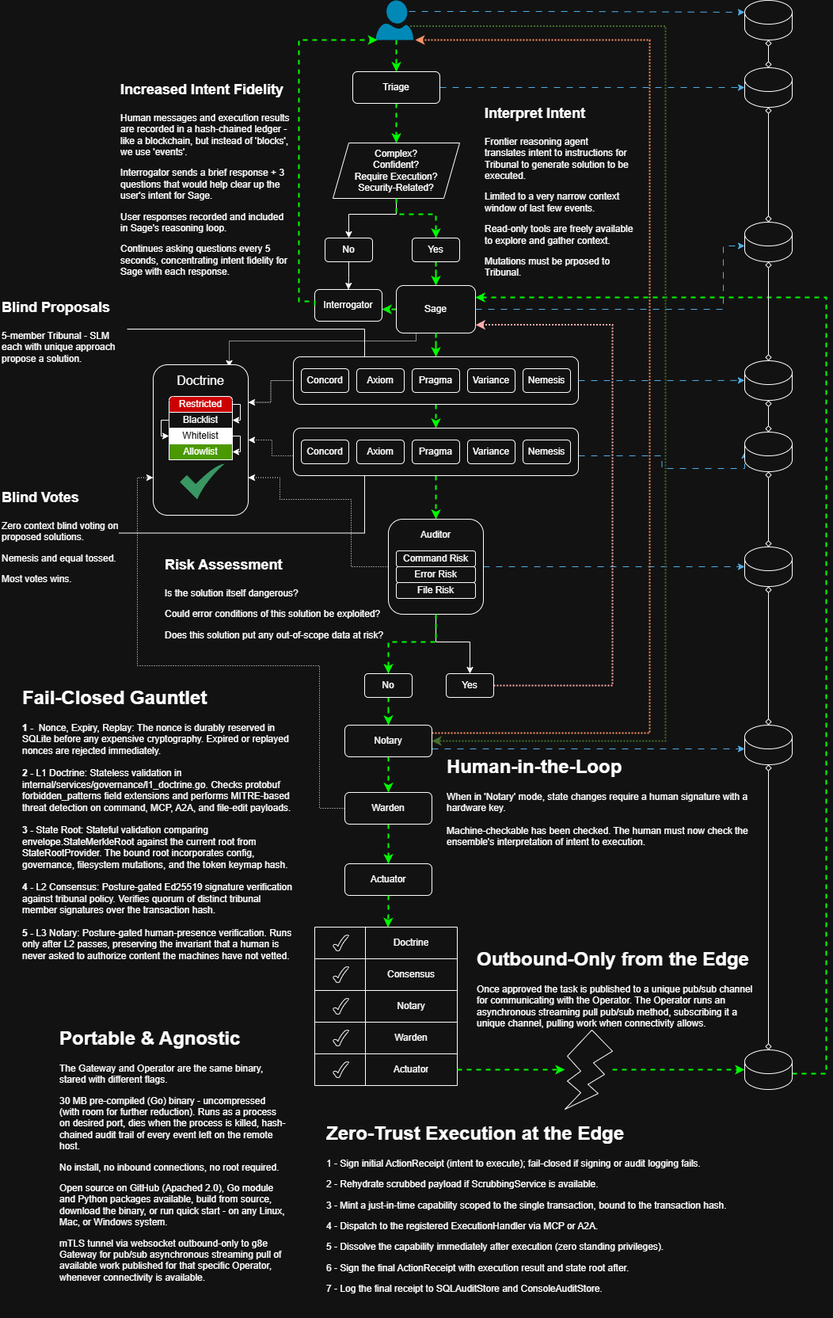
This is docs/diagrams/ztd-diagram.png from zerotrustdata/ztd, a draw.io export, as it was before one commit. Source tidied: cells renumbered, new cells last; positions are measured from the earlier drawing's top-left corner, leaving out a move shared by most shapes.
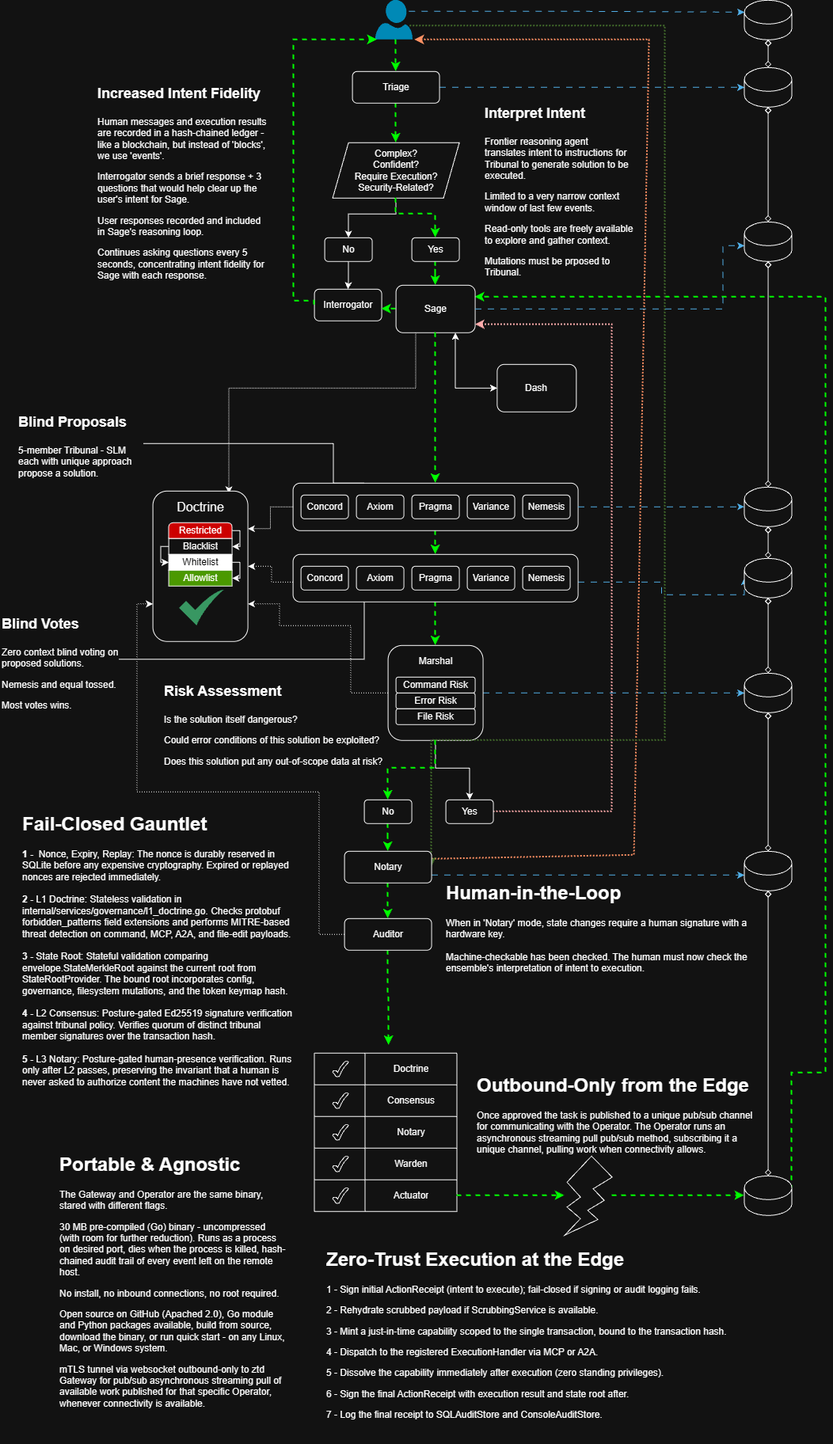
After the commit.

The edit, as a diff of the source:
```diff
@@ -15,4 +15,4 @@
         <Array as="points">
-          <mxPoint x="1043" y="1355" />
-          <mxPoint x="1043" y="375" />
+          <mxPoint x="1043" y="1195" />
+          <mxPoint x="1043" y="215" />
         </Array>
@@ -24,3 +24,3 @@
     <mxCell id="5" value="Interrogator" style="rounded=1;whiteSpace=wrap;html=1;" parent="1" vertex="1">
-      <mxGeometry x="397" y="365" width="85" height="40" as="geometry" />
+      <mxGeometry x="397" y="205" width="85" height="40" as="geometry" />
     </mxCell>
@@ -33,3 +33,3 @@
     <mxCell id="8" value="Triage" style="rounded=1;whiteSpace=wrap;html=1;" parent="1" vertex="1">
-      <mxGeometry x="445" y="90" width="110" height="40" as="geometry" />
+      <mxGeometry x="445" y="-70" width="110" height="40" as="geometry" />
     </mxCell>
@@ -41,4 +41,5 @@
         <Array as="points">
-          <mxPoint x="525" y="430" />
-          <mxPoint x="289" y="430" />
+          <mxPoint x="525" y="330" />
+          <mxPoint x="289" y="330" />
+          <mxPoint x="289" y="462.8" />
         </Array>
@@ -49,4 +50,4 @@
         <Array as="points">
-          <mxPoint x="480" y="380" />
-          <mxPoint x="480" y="380" />
+          <mxPoint x="480" y="220" />
+          <mxPoint x="480" y="220" />
         </Array>
@@ -54,4 +55,7 @@
     </mxCell>
+    <mxCell id="127" style="edgeStyle=orthogonalEdgeStyle;rounded=0;jettySize=auto;html=1;exitX=0.75;exitY=1;exitDx=0;exitDy=0;entryX=0;entryY=0.5;entryDx=0;entryDy=0;startArrow=classic;startFill=1;" parent="1" edge="1" source="12" target="128">
+      <mxGeometry relative="1" as="geometry" />
+    </mxCell>
     <mxCell id="12" value="Sage" style="rounded=1;whiteSpace=wrap;html=1;" parent="1" vertex="1">
-      <mxGeometry x="500" y="360" width="100" height="60" as="geometry" />
+      <mxGeometry x="500" y="200" width="100" height="60" as="geometry" />
     </mxCell>
@@ -64,3 +68,8 @@
     <mxCell id="15" style="edgeStyle=orthogonalEdgeStyle;rounded=0;jettySize=auto;html=1;exitX=0.25;exitY=0;exitDx=0;exitDy=0;entryX=1;entryY=0.5;entryDx=0;entryDy=0;endArrow=none;endFill=0;" parent="1" edge="1" source="17" target="39">
-      <mxGeometry relative="1" as="geometry" />
+      <mxGeometry relative="1" as="geometry">
+        <Array as="points">
+          <mxPoint x="421" y="450" />
+          <mxPoint x="421" y="400" />
+        </Array>
+      </mxGeometry>
     </mxCell>
@@ -125,3 +134,3 @@
     </mxCell>
-    <mxCell id="32" value="Auditor" style="text;html=1;whiteSpace=wrap;strokeColor=none;fillColor=none;align=center;verticalAlign=middle;rounded=0;" parent="1" vertex="1">
+    <mxCell id="32" value="Marshal" style="text;html=1;whiteSpace=wrap;strokeColor=none;fillColor=none;align=center;verticalAlign=middle;rounded=0;" parent="1" vertex="1">
       <mxGeometry x="515" y="665" width="70" height="20" as="geometry" />
@@ -131,4 +140,4 @@
         <Array as="points">
-          <mxPoint x="500" y="270" />
-          <mxPoint x="440" y="270" />
+          <mxPoint x="500" y="110" />
+          <mxPoint x="440" y="110" />
         </Array>
@@ -137,9 +146,9 @@
     <mxCell id="34" value="Complex?&lt;br&gt;Confident?&lt;br&gt;Require Execution?&lt;br&gt;&lt;div&gt;Security-Related?&lt;/div&gt;" style="shape=parallelogram;perimeter=parallelogramPerimeter;whiteSpace=wrap;html=1;fixedSize=1;" parent="1" vertex="1">
-      <mxGeometry x="420" y="180" width="160" height="70" as="geometry" />
+      <mxGeometry x="420" y="20" width="160" height="70" as="geometry" />
     </mxCell>
     <mxCell id="35" value="No" style="rounded=1;whiteSpace=wrap;html=1;" parent="1" vertex="1">
-      <mxGeometry x="410" y="300" width="60" height="30" as="geometry" />
+      <mxGeometry x="410" y="140" width="60" height="30" as="geometry" />
     </mxCell>
     <mxCell id="36" value="Yes" style="rounded=1;whiteSpace=wrap;html=1;" parent="1" vertex="1">
-      <mxGeometry x="520" y="300" width="60" height="30" as="geometry" />
+      <mxGeometry x="520" y="140" width="60" height="30" as="geometry" />
     </mxCell>
@@ -148,4 +157,4 @@
         <Array as="points">
-          <mxPoint x="500" y="270" />
-          <mxPoint x="550" y="270" />
+          <mxPoint x="500" y="110" />
+          <mxPoint x="550" y="110" />
         </Array>
@@ -154,6 +163,6 @@
     <mxCell id="38" value="&lt;h1 style=&quot;margin-top: 0px;&quot;&gt;&lt;span style=&quot;font-size: 18px; background-color: transparent; color: light-dark(rgb(0, 0, 0), rgb(255, 255, 255));&quot;&gt;Interpret&amp;nbsp;&lt;/span&gt;&lt;span style=&quot;font-size: 18px; background-color: transparent; color: light-dark(rgb(0, 0, 0), rgb(255, 255, 255));&quot;&gt;Intent&amp;nbsp;&lt;/span&gt;&lt;/h1&gt;&lt;p&gt;&lt;font&gt;Frontier reasoning agent translates&amp;nbsp;&lt;/font&gt;&lt;span style=&quot;background-color: transparent; color: light-dark(rgb(0, 0, 0), rgb(255, 255, 255));&quot;&gt;intent to instructions for Tribunal to generate solution to be executed.&lt;/span&gt;&lt;/p&gt;&lt;p&gt;&lt;span style=&quot;background-color: transparent; color: light-dark(rgb(0, 0, 0), rgb(255, 255, 255));&quot;&gt;Limited to a very narrow context window of last few events.&lt;/span&gt;&lt;/p&gt;&lt;p&gt;Read-only tools are freely available to explore and gather context.&lt;/p&gt;&lt;p&gt;&lt;span style=&quot;background-color: transparent; color: light-dark(rgb(0, 0, 0), rgb(255, 255, 255));&quot;&gt;Mutations must be prposed to Tribunal.&lt;/span&gt;&lt;/p&gt;" style="text;html=1;whiteSpace=wrap;overflow=hidden;rounded=0;" parent="1" vertex="1">
-      <mxGeometry x="610" y="120" width="193" height="240" as="geometry" />
+      <mxGeometry x="610" y="-40" width="193" height="240" as="geometry" />
     </mxCell>
     <mxCell id="39" value="&lt;h1 style=&quot;margin-top: 0px;&quot;&gt;&lt;font style=&quot;font-size: 18px;&quot;&gt;Blind Proposals&lt;/font&gt;&lt;/h1&gt;&lt;p&gt;&lt;span style=&quot;background-color: transparent; color: light-dark(rgb(0, 0, 0), rgb(255, 255, 255));&quot;&gt;5-member Tribunal - SLM each with unique approach propose a solution.&amp;nbsp;&lt;/span&gt;&lt;/p&gt;&lt;p&gt;&lt;span style=&quot;background-color: transparent; color: light-dark(rgb(0, 0, 0), rgb(255, 255, 255));&quot;&gt;&lt;br&gt;&lt;/span&gt;&lt;/p&gt;&lt;p&gt;&lt;br&gt;&lt;/p&gt;&lt;p&gt;&lt;br&gt;&lt;/p&gt;" style="text;html=1;whiteSpace=wrap;overflow=hidden;rounded=0;" parent="1" vertex="1">
-      <mxGeometry y="365" width="160" height="100" as="geometry" />
+      <mxGeometry x="21" y="350" width="160" height="100" as="geometry" />
     </mxCell>
@@ -180,3 +189,3 @@
           <mxPoint x="773" y="865" />
-          <mxPoint x="773" y="410" />
+          <mxPoint x="773" y="249.7" />
         </Array>
@@ -191,3 +200,3 @@
     <mxCell id="47" value="&lt;h1 style=&quot;margin-top: 0px;&quot;&gt;&lt;span style=&quot;font-size: 18px;&quot;&gt;Increased Intent Fidelity&lt;/span&gt;&lt;/h1&gt;&lt;p&gt;Human messages and execution results are recorded in a hash-chained ledger - like a blockchain, but instead of 'blocks', we use 'events'.&lt;/p&gt;&lt;p&gt;Interrogator sends a brief response + 3 questions that would help clear up the user's intent for Sage.&lt;/p&gt;&lt;p&gt;User responses recorded and included in Sage's reasoning loop.&lt;/p&gt;&lt;p&gt;Continues asking questions every 5 seconds, concentrating intent fidelity for Sage with each response.&lt;/p&gt;&lt;p&gt;&lt;br&gt;&lt;/p&gt;" style="text;html=1;whiteSpace=wrap;overflow=hidden;rounded=0;" parent="1" vertex="1">
-      <mxGeometry x="150" y="90" width="220" height="270" as="geometry" />
+      <mxGeometry x="121" y="-65" width="220" height="270" as="geometry" />
     </mxCell>
@@ -195,3 +204,3 @@
       <mxGeometry relative="1" as="geometry">
-        <mxPoint x="500" y="50" as="sourcePoint" />
+        <mxPoint x="500" y="-110" as="sourcePoint" />
       </mxGeometry>
@@ -200,6 +209,6 @@
       <mxGeometry relative="1" as="geometry">
-        <mxPoint x="523.8" y="50" as="sourcePoint" />
+        <mxPoint x="523.8" y="-110" as="sourcePoint" />
         <Array as="points">
-          <mxPoint x="820" y="50" />
-          <mxPoint x="820" y="925" />
+          <mxPoint x="820" y="-110" />
+          <mxPoint x="801" y="920" />
         </Array>
@@ -209,6 +218,6 @@
       <mxGeometry relative="1" as="geometry">
-        <mxPoint x="517.6" y="32.5" as="sourcePoint" />
+        <mxPoint x="517.6" y="-127.5" as="sourcePoint" />
         <Array as="points">
-          <mxPoint x="840" y="33" />
-          <mxPoint x="840" y="935" />
+          <mxPoint x="840" y="-127" />
+          <mxPoint x="840" y="775" />
         </Array>
@@ -217,3 +226,3 @@
     <mxCell id="51" style="verticalLabelPosition=bottom;html=1;verticalAlign=top;align=center;strokeColor=none;fillColor=#00BEF2;shape=mxgraph.azure.user;" parent="1" vertex="1">
-      <mxGeometry x="474" width="47.5" height="50" as="geometry" />
+      <mxGeometry x="474" y="-160" width="47.5" height="50" as="geometry" />
     </mxCell>
@@ -221,6 +230,7 @@
       <mxGeometry relative="1" as="geometry">
-        <mxPoint x="476.2" y="50" as="targetPoint" />
+        <mxPoint x="476.2" y="-110" as="targetPoint" />
         <Array as="points">
-          <mxPoint x="377" y="380" />
-          <mxPoint x="377" y="50" />
+          <mxPoint x="397" y="220" />
+          <mxPoint x="371" y="220" />
+          <mxPoint x="371" y="-110" />
         </Array>
@@ -314,4 +324,4 @@
         <Array as="points">
-          <mxPoint x="913" y="390" />
-          <mxPoint x="913" y="310" />
+          <mxPoint x="913" y="230" />
+          <mxPoint x="913" y="150" />
         </Array>
@@ -325,6 +335,6 @@
     <mxCell id="82" style="shape=cylinder3;whiteSpace=wrap;html=1;boundedLbl=1;backgroundOutline=1;size=15;" parent="1" vertex="1">
-      <mxGeometry x="940" y="85" width="60" height="50" as="geometry" />
+      <mxGeometry x="940" y="-75" width="60" height="50" as="geometry" />
     </mxCell>
     <mxCell id="83" style="shape=cylinder3;whiteSpace=wrap;html=1;boundedLbl=1;backgroundOutline=1;size=15;" parent="1" vertex="1">
-      <mxGeometry x="940" y="280" width="60" height="50" as="geometry" />
+      <mxGeometry x="940" y="120" width="60" height="50" as="geometry" />
     </mxCell>
@@ -358,3 +368,3 @@
     <mxCell id="93" style="shape=cylinder3;whiteSpace=wrap;html=1;boundedLbl=1;backgroundOutline=1;size=15;" parent="1" vertex="1">
-      <mxGeometry x="940" width="60" height="50" as="geometry" />
+      <mxGeometry x="940" y="-160" width="60" height="50" as="geometry" />
     </mxCell>
@@ -362,4 +372,4 @@
       <mxGeometry relative="1" as="geometry">
-        <mxPoint x="516.2" y="14" as="sourcePoint" />
-        <mxPoint x="940" y="15" as="targetPoint" />
+        <mxPoint x="516.2" y="-146" as="sourcePoint" />
+        <mxPoint x="940" y="-145" as="targetPoint" />
       </mxGeometry>
@@ -368,13 +378,9 @@
       <mxGeometry relative="1" as="geometry">
-        <mxPoint x="970" y="50" as="sourcePoint" />
+        <mxPoint x="970" y="-110" as="sourcePoint" />
       </mxGeometry>
     </mxCell>
-    <mxCell id="96" value="&lt;div&gt;&lt;span style=&quot;background-color: transparent; color: light-dark(rgb(0, 0, 0), rgb(255, 255, 255));&quot;&gt;Actuator&lt;/span&gt;&lt;/div&gt;" style="whiteSpace=wrap;html=1;rounded=1;" parent="1" vertex="1">
-      <mxGeometry x="435" y="1090" width="110" height="40" as="geometry" />
-    </mxCell>
-    <mxCell id="97" style="edgeStyle=orthogonalEdgeStyle;rounded=0;jettySize=auto;html=1;exitX=0.5;exitY=1;exitDx=0;exitDy=0;entryX=0.514;entryY=0.011;entryDx=0;entryDy=0;entryPerimeter=0;dashed=1;strokeWidth=2;strokeColor=light-dark(#000000,#00FF00);" parent="1" edge="1" source="96" target="59">
-      <mxGeometry relative="1" as="geometry" />
-    </mxCell>
-    <mxCell id="98" style="edgeStyle=orthogonalEdgeStyle;rounded=0;jettySize=auto;html=1;dashed=1;strokeWidth=2;strokeColor=light-dark(#000000,#00FF00);" parent="1" edge="1" source="100" target="96">
-      <mxGeometry relative="1" as="geometry" />
+    <mxCell id="98" style="edgeStyle=orthogonalEdgeStyle;rounded=0;jettySize=auto;html=1;dashed=1;strokeWidth=2;strokeColor=light-dark(#000000,#00FF00);" parent="1" edge="1" source="100">
+      <mxGeometry relative="1" as="geometry">
+        <mxPoint x="491" y="1160" as="targetPoint" />
+      </mxGeometry>
     </mxCell>
@@ -390,3 +396,3 @@
     </mxCell>
-    <mxCell id="100" value="&lt;div&gt;&lt;span style=&quot;background-color: transparent; color: light-dark(rgb(0, 0, 0), rgb(255, 255, 255));&quot;&gt;Warden&lt;/span&gt;&lt;/div&gt;" style="whiteSpace=wrap;html=1;rounded=1;" parent="1" vertex="1">
+    <mxCell id="100" value="&lt;div&gt;&lt;span style=&quot;background-color: transparent; color: light-dark(rgb(0, 0, 0), rgb(255, 255, 255));&quot;&gt;Auditor&lt;/span&gt;&lt;/div&gt;" style="whiteSpace=wrap;html=1;rounded=1;" parent="1" vertex="1">
       <mxGeometry x="435" y="1000" width="110" height="40" as="geometry" />
@@ -412,3 +418,3 @@
     </mxCell>
-    <mxCell id="106" value="&lt;h1 style=&quot;margin-top: 0px;&quot;&gt;Portable &amp;amp; Agnostic&lt;/h1&gt;&lt;p&gt;The Gateway and Operator are the same binary, stared with different flags.&lt;/p&gt;&lt;p&gt;&lt;span style=&quot;background-color: transparent; color: light-dark(rgb(0, 0, 0), rgb(255, 255, 255));&quot;&gt;30 MB pre-compiled (Go) binary - uncompressed (with room for further reduction). Runs as a process on desired port, dies when the process is killed, hash-chained audit trail of every event left on the remote host.&lt;/span&gt;&lt;/p&gt;&lt;p&gt;No install, no inbound connections, no root required.&lt;/p&gt;&lt;p&gt;Open source on GitHub &lt;span style=&quot;color: light-dark(rgb(0, 0, 0), rgb(255, 255, 255)); background-color: transparent;&quot;&gt;(Apached 2.0)&lt;/span&gt;&lt;span style=&quot;color: light-dark(rgb(0, 0, 0), rgb(255, 255, 255)); background-color: transparent;&quot;&gt;, Go module and Python packages available, build from source, download the binary, or run quick start - on any Linux, Mac, or Windows system.&lt;/span&gt;&lt;/p&gt;&lt;p&gt;&lt;span style=&quot;background-color: transparent; color: light-dark(rgb(0, 0, 0), rgb(255, 255, 255));&quot;&gt;mTLS tunnel via websocket&amp;nbsp;&lt;/span&gt;outbound-only&amp;nbsp;to&amp;nbsp;&lt;span style=&quot;background-color: transparent; color: light-dark(rgb(0, 0, 0), rgb(255, 255, 255));&quot;&gt;g8e Gateway for&amp;nbsp;&lt;/span&gt;&lt;span style=&quot;background-color: transparent; color: light-dark(rgb(0, 0, 0), rgb(255, 255, 255));&quot;&gt;pub/sub&amp;nbsp;&lt;/span&gt;&lt;span style=&quot;background-color: transparent; color: light-dark(rgb(0, 0, 0), rgb(255, 255, 255));&quot;&gt;asynchronous streaming pull of available work published for that specific Operator, whenever connectivity is available.&lt;/span&gt;&lt;/p&gt;" style="text;html=1;whiteSpace=wrap;overflow=hidden;rounded=0;" parent="1" vertex="1">
+    <mxCell id="106" value="&lt;h1 style=&quot;margin-top: 0px;&quot;&gt;Portable &amp;amp; Agnostic&lt;/h1&gt;&lt;p&gt;The Gateway and Operator are the same binary, stared with different flags.&lt;/p&gt;&lt;p&gt;&lt;span style=&quot;background-color: transparent; color: light-dark(rgb(0, 0, 0), rgb(255, 255, 255));&quot;&gt;30 MB pre-compiled (Go) binary - uncompressed (with room for further reduction). Runs as a process on desired port, dies when the process is killed, hash-chained audit trail of every event left on the remote host.&lt;/span&gt;&lt;/p&gt;&lt;p&gt;No install, no inbound connections, no root required.&lt;/p&gt;&lt;p&gt;Open source on GitHub &lt;span style=&quot;color: light-dark(rgb(0, 0, 0), rgb(255, 255, 255)); background-color: transparent;&quot;&gt;(Apached 2.0)&lt;/span&gt;&lt;span style=&quot;color: light-dark(rgb(0, 0, 0), rgb(255, 255, 255)); background-color: transparent;&quot;&gt;, Go module and Python packages available, build from source, download the binary, or run quick start - on any Linux, Mac, or Windows system.&lt;/span&gt;&lt;/p&gt;&lt;p&gt;&lt;span style=&quot;background-color: transparent; color: light-dark(rgb(0, 0, 0), rgb(255, 255, 255));&quot;&gt;mTLS tunnel via websocket&amp;nbsp;&lt;/span&gt;outbound-only&amp;nbsp;to&amp;nbsp;&lt;span style=&quot;background-color: transparent; color: light-dark(rgb(0, 0, 0), rgb(255, 255, 255));&quot;&gt;ztd Gateway for&amp;nbsp;&lt;/span&gt;&lt;span style=&quot;background-color: transparent; color: light-dark(rgb(0, 0, 0), rgb(255, 255, 255));&quot;&gt;pub/sub&amp;nbsp;&lt;/span&gt;&lt;span style=&quot;background-color: transparent; color: light-dark(rgb(0, 0, 0), rgb(255, 255, 255));&quot;&gt;asynchronous streaming pull of available work published for that specific Operator, whenever connectivity is available.&lt;/span&gt;&lt;/p&gt;" style="text;html=1;whiteSpace=wrap;overflow=hidden;rounded=0;" parent="1" vertex="1">
       <mxGeometry x="73" y="1290" width="290" height="340" as="geometry" />
@@ -497,2 +503,5 @@
     </mxCell>
+    <mxCell id="128" value="Dash" style="rounded=1;whiteSpace=wrap;html=1;" parent="1" vertex="1">
+      <mxGeometry x="627.8" y="300" width="100" height="60" as="geometry" />
+    </mxCell>
   </root>
```
